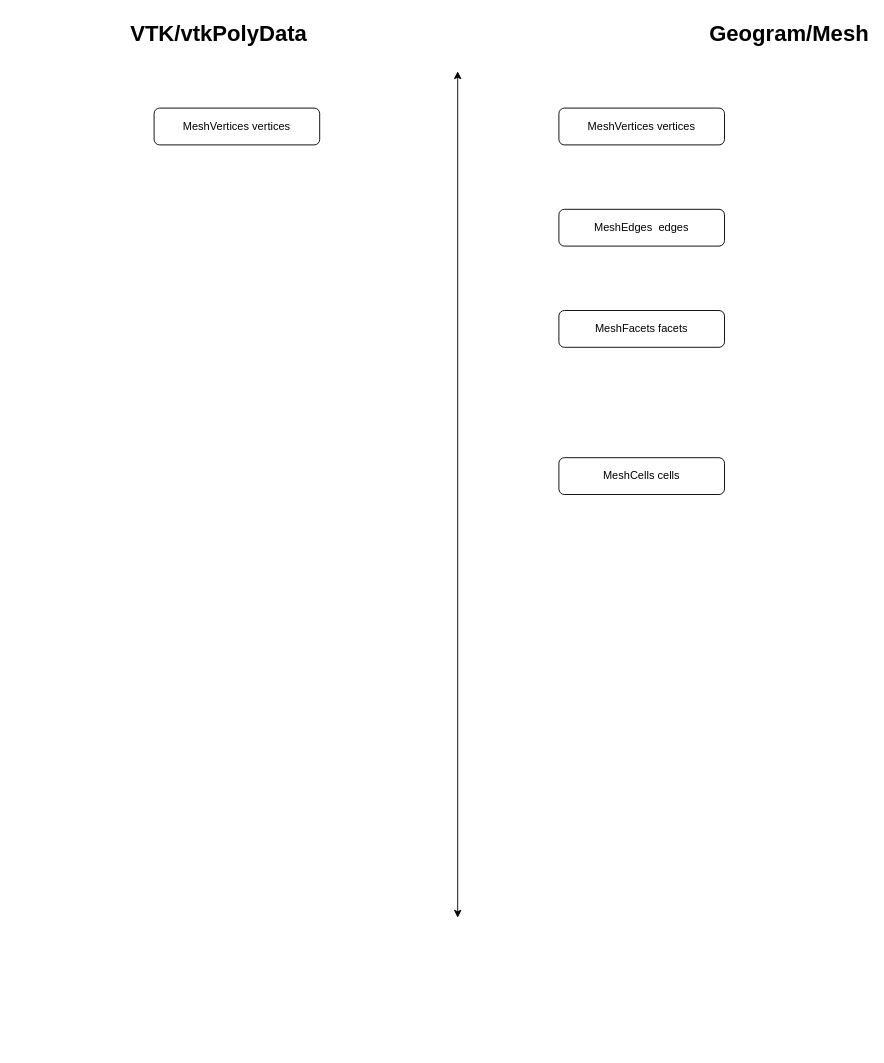
This is gram/mesh.drawio from cedarz/geogram, a draw.io file, before an edit. Source tidied: cells renumbered, new cells numbered last; positions are measured from the earlier drawing's top-left corner, leaving out a move shared by most shapes. Both pictures are drawn from the tidied source at 92%, with x=0, y=0 at pixel (154, 16).
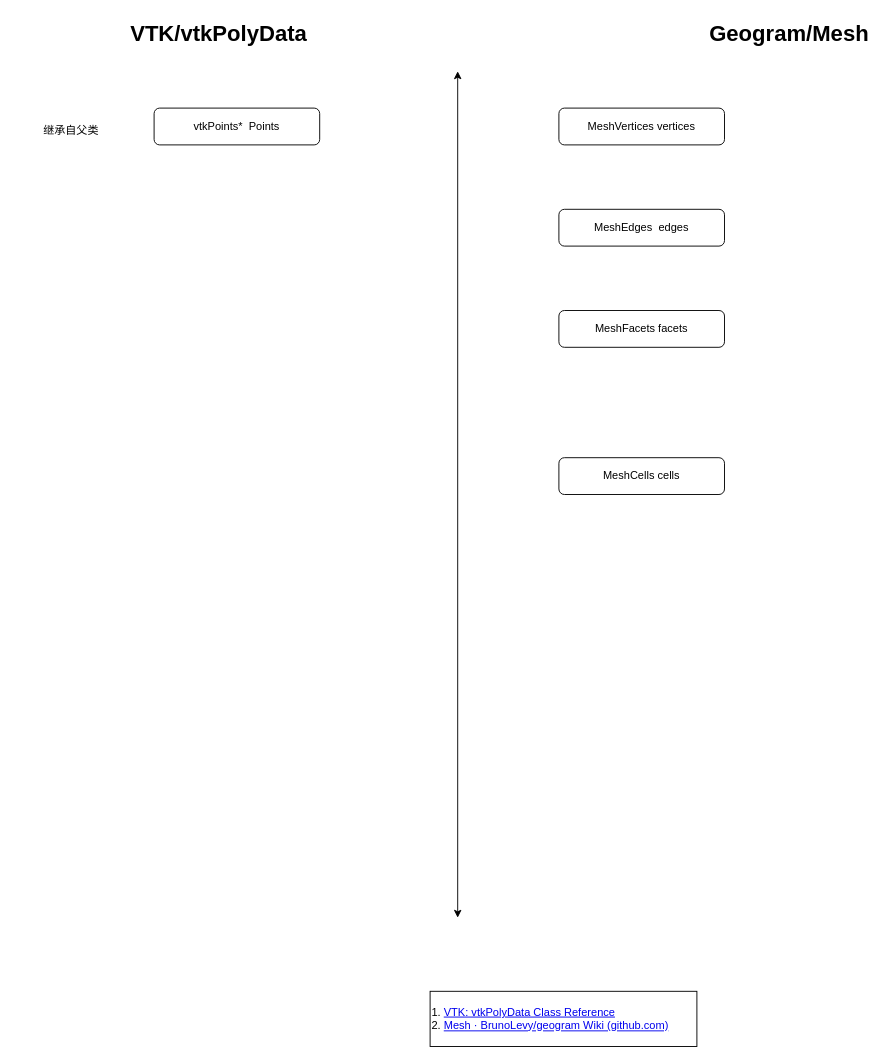
After the change.

The edit, as a diff of the source:
```diff
@@
 <mxGraphModel>
   <root>
     <mxCell id="0" />
     <mxCell id="1" parent="0" />
     <mxCell id="2" style="endArrow=classic;startArrow=classic;html=1;rounded=0;" parent="1" edge="1">
       <mxGeometry relative="1" as="geometry">
         <mxPoint x="330" y="980" as="sourcePoint" />
         <mxPoint x="330" y="60" as="targetPoint" />
       </mxGeometry>
     </mxCell>
     <mxCell id="3" value="MeshVertices&amp;nbsp;vertices" style="rounded=1;whiteSpace=wrap;html=1;fillColor=none;" parent="1" vertex="1">
       <mxGeometry x="440" y="100" width="180" height="40" as="geometry" />
     </mxCell>
     <mxCell id="4" style="edgeStyle=orthogonalEdgeStyle;rounded=0;orthogonalLoop=1;jettySize=auto;html=1;exitX=1;exitY=1;exitDx=0;exitDy=0;entryX=1;entryY=0.75;entryDx=0;entryDy=0;opacity=0;" parent="1" edge="1" source="3" target="3">
       <mxGeometry relative="1" as="geometry" />
     </mxCell>
     <mxCell id="5" value="MeshEdges&amp;nbsp; edges" style="rounded=1;whiteSpace=wrap;html=1;fillColor=none;" parent="1" vertex="1">
       <mxGeometry x="440" y="210" width="180" height="40" as="geometry" />
     </mxCell>
     <mxCell id="6" value="MeshFacets facets" style="rounded=1;whiteSpace=wrap;html=1;fillColor=none;" parent="1" vertex="1">
       <mxGeometry x="440" y="320" width="180" height="40" as="geometry" />
     </mxCell>
     <mxCell id="7" value="MeshCells cells" style="rounded=1;whiteSpace=wrap;html=1;fillColor=none;" parent="1" vertex="1">
       <mxGeometry x="440" y="480" width="180" height="40" as="geometry" />
     </mxCell>
-    <mxCell id="8" value="MeshVertices&amp;nbsp;vertices" style="rounded=1;whiteSpace=wrap;html=1;fillColor=none;" parent="1" vertex="1">
+    <mxCell id="8" value="vtkPoints*&amp;nbsp; Points" style="rounded=1;whiteSpace=wrap;html=1;fillColor=none;" parent="1" vertex="1">
       <mxGeometry y="100" width="180" height="40" as="geometry" />
     </mxCell>
     <mxCell id="9" value="Geogram/Mesh" style="text;strokeColor=none;fillColor=none;html=1;fontSize=24;fontStyle=1;verticalAlign=middle;align=center;" parent="1" vertex="1">
       <mxGeometry x="640" width="100" height="40" as="geometry" />
     </mxCell>
     <mxCell id="10" value="VTK/vtkPolyData" style="text;strokeColor=none;fillColor=none;html=1;fontSize=24;fontStyle=1;verticalAlign=middle;align=center;" parent="1" vertex="1">
       <mxGeometry x="20" width="100" height="40" as="geometry" />
     </mxCell>
+    <mxCell id="11" value="1.&amp;nbsp;&lt;a href=&quot;https://vtk.org/doc/nightly/html/classvtkPolyData.html&quot;&gt;VTK: vtkPolyData Class Reference&lt;/a&gt;&lt;div&gt;2.&amp;nbsp;&lt;a style=&quot;background-color: initial;&quot; href=&quot;https://github.com/BrunoLevy/geogram/wiki/Mesh&quot;&gt;Mesh · BrunoLevy/geogram Wiki (github.com)&lt;/a&gt;&lt;/div&gt;" style="rounded=0;whiteSpace=wrap;html=1;align=left;" parent="1" vertex="1">
+      <mxGeometry x="300" y="1060" width="290" height="60" as="geometry" />
+    </mxCell>
+    <mxCell id="12" value="继承自父类" style="text;html=1;align=center;verticalAlign=middle;whiteSpace=wrap;rounded=0;" parent="1" vertex="1">
+      <mxGeometry x="-150" y="110" width="120" height="30" as="geometry" />
+    </mxCell>
   </root>
 </mxGraphModel>
```
